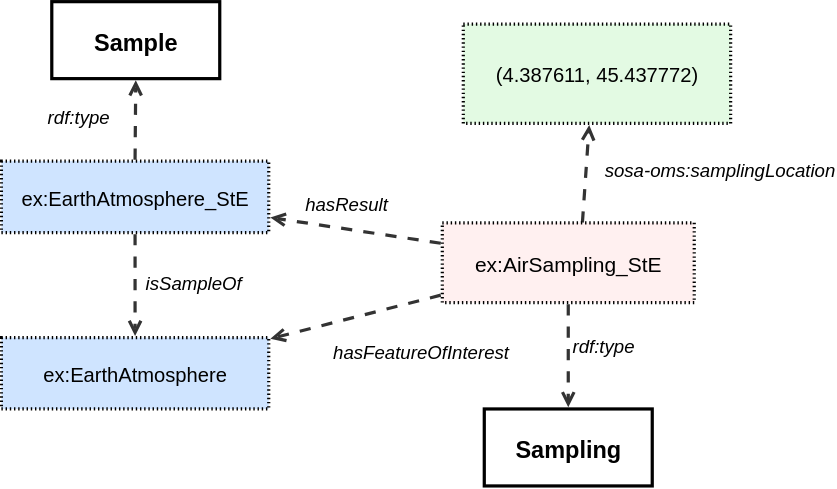
Before: ssn/images/LocatedSampling.svg, a diagram exported from draw.io (w3c/sdw-sosa-ssn). Source tidied: cells renumbered, new cells last; positions are measured from the earlier drawing's top-left corner, leaving out a move shared by most shapes.
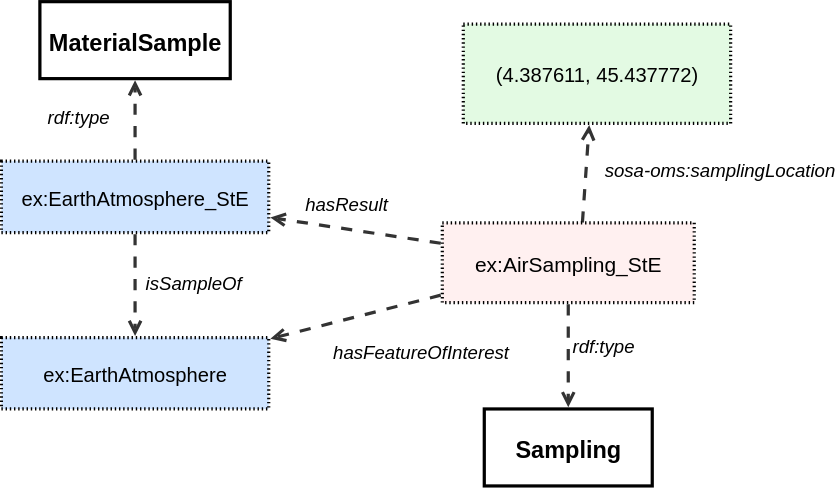
Later version of the same file.

Commit message:
MaterialSample example

Change to the diagram source:
```diff
@@ -5,8 +5,8 @@
     <mxCell id="2" value="&lt;font&gt;ex:EarthAtmosphere_StE&lt;/font&gt;" style="html=1;overflow=block;blockSpacing=1;whiteSpace=wrap;fontSize=14.4;fontFamily=Helvetica;fontColor=default;align=center;spacing=0;strokeOpacity=100;fillOpacity=100;fillColor=#cfe4ff;dashed=1;fixDash=1;dashPattern=1 2;strokeWidth=2.3;convertToSvg=1;" parent="1" vertex="1">
       <mxGeometry y="114" width="191" height="51" as="geometry" />
     </mxCell>
-    <mxCell id="3" value="Sample" style="html=1;overflow=block;blockSpacing=1;whiteSpace=wrap;fontSize=16.8;fontColor=default;fontStyle=1;align=center;spacing=0;strokeOpacity=100;fillOpacity=0;fillColor=#000000;strokeWidth=2.3;convertToSvg=1;fontFamily=Helvetica;" parent="1" vertex="1">
-      <mxGeometry x="36" width="120" height="55" as="geometry" />
+    <mxCell id="3" value="MaterialSample" style="html=1;overflow=block;blockSpacing=1;whiteSpace=wrap;fontSize=16.8;fontColor=default;fontStyle=1;align=center;spacing=0;strokeOpacity=100;fillOpacity=0;fillColor=#000000;strokeWidth=2.3;convertToSvg=1;fontFamily=Helvetica;" parent="1" vertex="1">
+      <mxGeometry x="27.5" width="136" height="55" as="geometry" />
     </mxCell>
     <mxCell id="4" value="rdf:type" style="html=1;overflow=block;blockSpacing=1;whiteSpace=wrap;fontSize=13.3;fontStyle=2;align=left;spacing=3.8;verticalAlign=top;strokeColor=none;fillOpacity=0;fillColor=#ffffff;dashed=1;fixDash=1;dashPattern=16 6;strokeWidth=0;lucidId=A-tLJZ_WLiK6;fontColor=default;convertToSvg=1;fontFamily=Helvetica;" parent="1" vertex="1">
       <mxGeometry x="30" y="72" width="70" height="28" as="geometry" />
```
